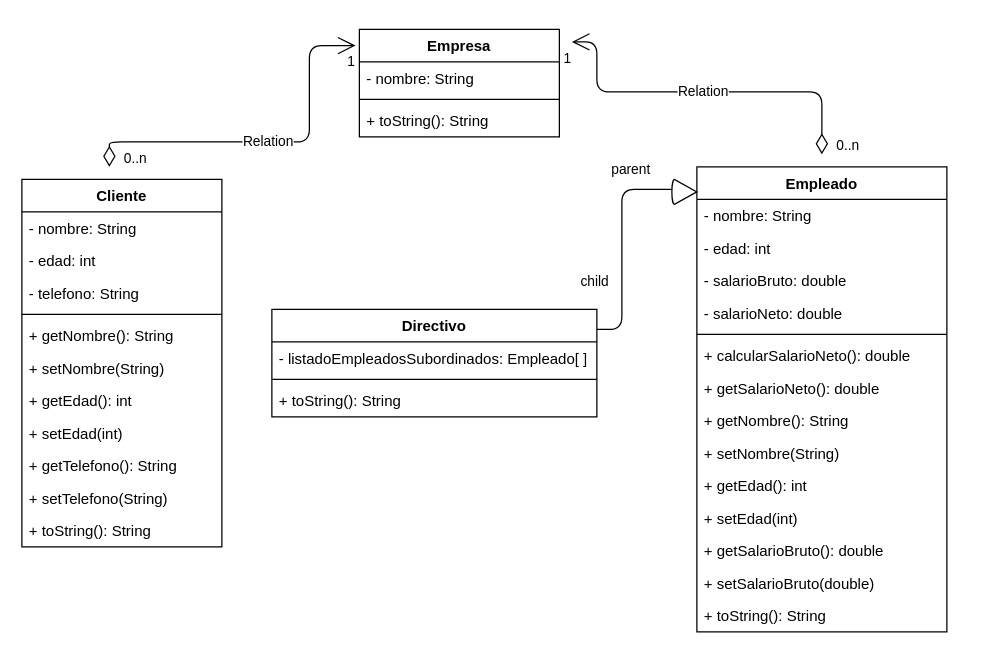
Before: uml/empresa.drawio in javierpb275/lenguaje-marcas, a draw.io diagram. Source tidied: cells renumbered, new cells numbered last; positions are measured from the earlier drawing's top-left corner, leaving out a move shared by most shapes. Both pictures are drawn from the tidied source at 125%, with x=0, y=0 at pixel (21, 29).
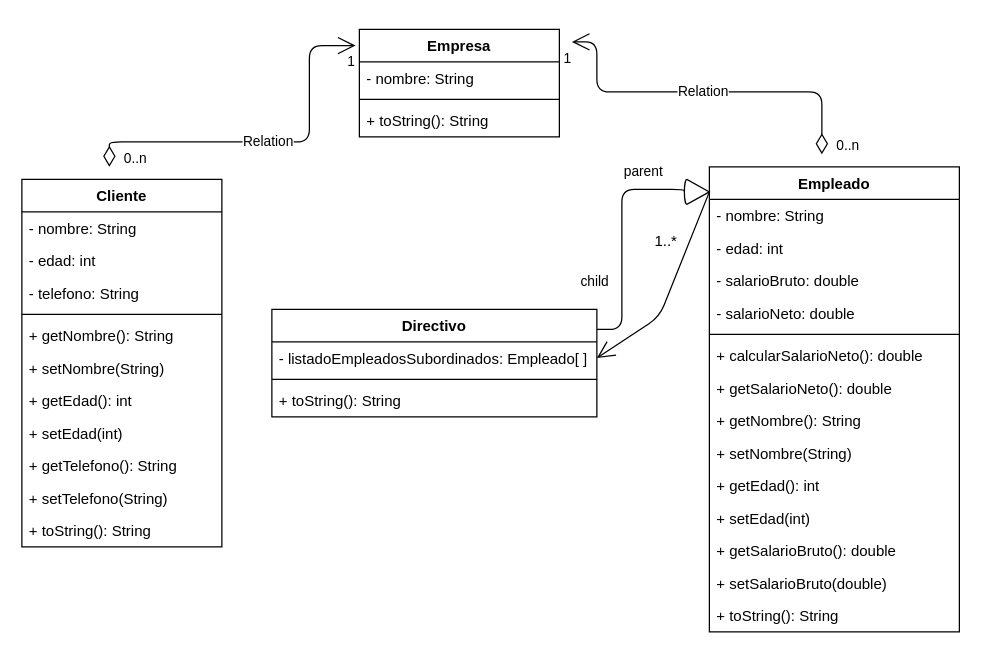
The same diagram, later.

The change refers to these unchanged cells:
```xml
<mxCell id="34" value="- listadoEmpleadosSubordinados: Empleado[ ]" style="text;strokeColor=none;fillColor=none;align=left;verticalAlign=top;spacingLeft=4;spacingRight=4;overflow=hidden;points=[[0,0.5],[1,0.5]];portConstraint=eastwest;" parent="33" vertex="1">
  <mxGeometry y="26" width="260" height="26" as="geometry" />
</mxCell>
```

What changed in the source:
```diff
@@
     <mxCell id="18" value="Empleado" style="swimlane;fontStyle=1;align=center;verticalAlign=top;horizontal=1;startSize=26;" parent="1" vertex="1">
-      <mxGeometry x="540" y="110" width="200" height="372" as="geometry" />
+      <mxGeometry x="550" y="110" width="200" height="372" as="geometry" />
     </mxCell>
@@
-    <mxCell id="37" style="endArrow=none;html=1;edgeStyle=orthogonalEdgeStyle;" parent="1" edge="1">
+    <mxCell id="37" style="endArrow=none;html=1;edgeStyle=orthogonalEdgeStyle;exitX=0;exitY=0;exitDx=10;exitDy=20;exitPerimeter=0;" parent="1" edge="1" source="46">
       <mxGeometry relative="1" as="geometry">
-        <mxPoint x="520" y="128" as="sourcePoint" />
         <mxPoint x="460" y="240" as="targetPoint" />
         <Array as="points">
+          <mxPoint x="530" y="128" />
           <mxPoint x="480" y="128" />
           <mxPoint x="480" y="240" />
         </Array>
       </mxGeometry>
     </mxCell>
@@
     <mxCell id="46" style="verticalLabelPosition=bottom;verticalAlign=top;html=1;shape=mxgraph.basic.cone2;dx=0.5;dy=0.9;direction=south;" parent="1" vertex="1">
-      <mxGeometry x="520" y="120" width="20" height="20" as="geometry" />
+      <mxGeometry x="530" y="120" width="20" height="20" as="geometry" />
     </mxCell>
+    <mxCell id="47" value="1..*" style="text;html=1;align=center;verticalAlign=middle;" parent="1" vertex="1">
+      <mxGeometry x="500" y="160" width="30" height="20" as="geometry" />
+    </mxCell>
+    <mxCell id="48" style="endArrow=open;endFill=1;endSize=12;html=1;entryX=1;entryY=0.5;entryDx=0;entryDy=0;" parent="1" edge="1" source="46" target="34">
+      <mxGeometry relative="1" as="geometry">
+        <Array as="points">
+          <mxPoint x="550" y="130" />
+          <mxPoint x="510" y="230" />
+        </Array>
+      </mxGeometry>
+    </mxCell>
```
